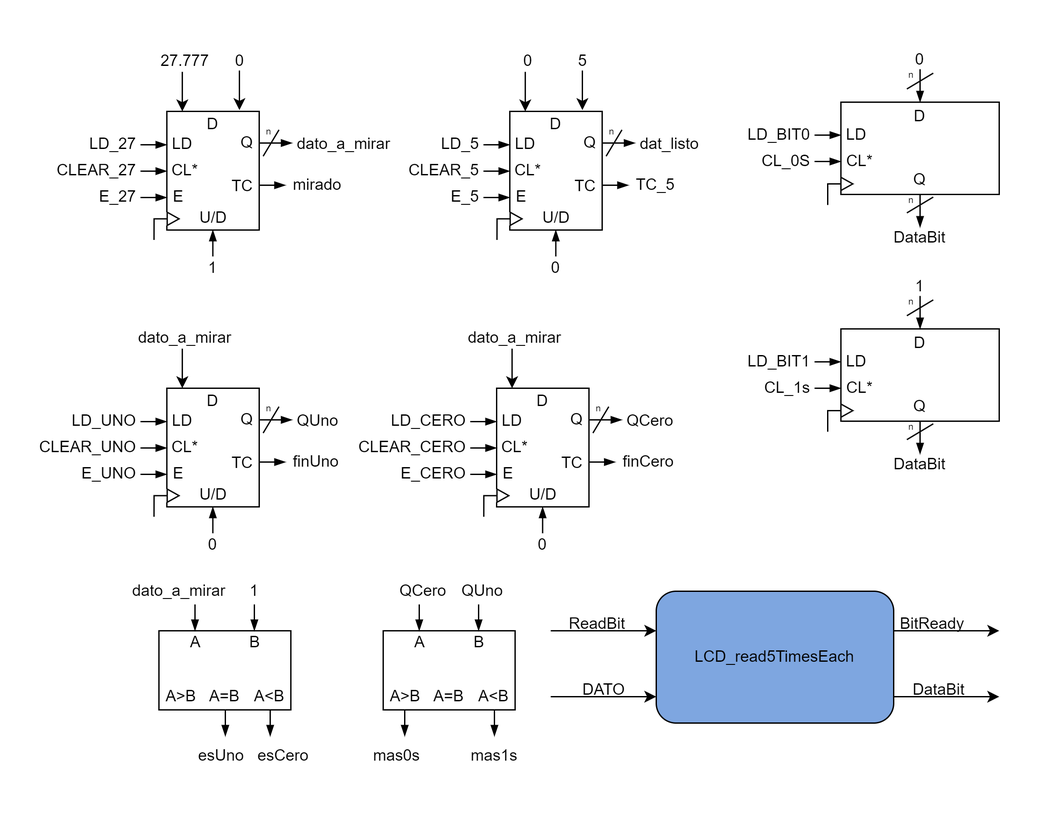
The draw.io diagram Proyecto/DISEÑO_LCD_READTIMES_EACH/LCD_read5TimesEach-UP.drawio.png in SikeMike/DCSD, before a commit. Source tidied: cells renumbered, new cells last; positions are measured from the earlier drawing's top-left corner, leaving out a move shared by most shapes.
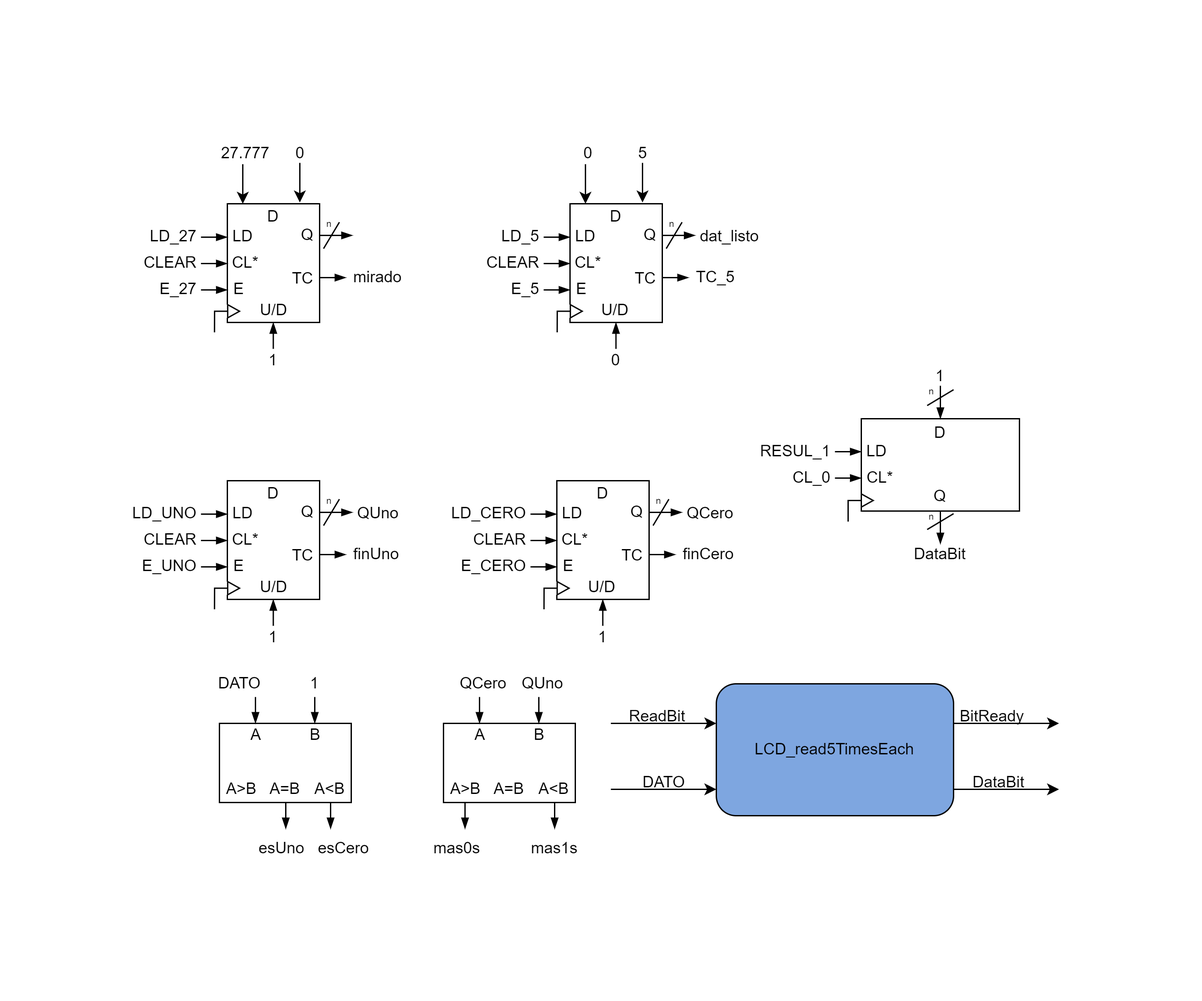
Above is the later version.

Diff of the diagram source:
```diff
@@ -68,7 +68,7 @@
     <mxCell id="18" value="E_27" style="text;html=1;strokeColor=none;fillColor=none;align=right;verticalAlign=middle;whiteSpace=wrap;rounded=0;" parent="2" vertex="1">
       <mxGeometry y="103" width="45" height="15" as="geometry" />
     </mxCell>
-    <mxCell id="19" value="CLEAR_27" style="text;html=1;strokeColor=none;fillColor=none;align=right;verticalAlign=middle;whiteSpace=wrap;rounded=0;" parent="2" vertex="1">
+    <mxCell id="19" value="CLEAR" style="text;html=1;strokeColor=none;fillColor=none;align=right;verticalAlign=middle;whiteSpace=wrap;rounded=0;" parent="2" vertex="1">
       <mxGeometry x="10" y="83" width="35" height="15" as="geometry" />
     </mxCell>
     <mxCell id="20" value="LD_27" style="text;html=1;strokeColor=none;fillColor=none;align=right;verticalAlign=middle;whiteSpace=wrap;rounded=0;" parent="2" vertex="1">
@@ -86,9 +86,6 @@
         <mxPoint x="66" y="111.3" as="targetPoint" />
       </mxGeometry>
     </mxCell>
-    <mxCell id="23" value="dato_a_mirar" style="text;html=1;strokeColor=none;fillColor=none;align=left;verticalAlign=middle;whiteSpace=wrap;rounded=0;" parent="2" vertex="1">
-      <mxGeometry x="163" y="63" width="35" height="15" as="geometry" />
-    </mxCell>
     <mxCell id="24" value="mirado" style="text;html=1;strokeColor=none;fillColor=none;align=left;verticalAlign=middle;whiteSpace=wrap;rounded=0;" parent="2" vertex="1">
       <mxGeometry x="160" y="94" width="35" height="15" as="geometry" />
     </mxCell>
@@ -191,7 +188,7 @@
     <mxCell id="48" value="E_5" style="text;html=1;strokeColor=none;fillColor=none;align=right;verticalAlign=middle;whiteSpace=wrap;rounded=0;" parent="32" vertex="1">
       <mxGeometry y="103" width="45" height="15" as="geometry" />
     </mxCell>
-    <mxCell id="49" value="CLEAR_5" style="text;html=1;strokeColor=none;fillColor=none;align=right;verticalAlign=middle;whiteSpace=wrap;rounded=0;" parent="32" vertex="1">
+    <mxCell id="49" value="CLEAR" style="text;html=1;strokeColor=none;fillColor=none;align=right;verticalAlign=middle;whiteSpace=wrap;rounded=0;" parent="32" vertex="1">
       <mxGeometry x="10" y="83" width="35" height="15" as="geometry" />
     </mxCell>
     <mxCell id="50" value="LD_5" style="text;html=1;strokeColor=none;fillColor=none;align=right;verticalAlign=middle;whiteSpace=wrap;rounded=0;" parent="32" vertex="1">
@@ -249,7 +246,7 @@
       <mxGeometry x="106" y="-7.5" width="30" height="30" as="geometry" />
     </mxCell>
     <mxCell id="62" style="group;" parent="1" vertex="1">
-      <mxGeometry x="530" y="8" width="167" height="148.8" as="geometry" />
+      <mxGeometry x="500" y="178" width="167" height="148.8" as="geometry" />
     </mxCell>
     <mxCell id="63" style="endArrow=blockThin;html=1;rounded=0;startArrow=none;startFill=0;endFill=1;entryX=0;entryY=0.357;entryDx=0;entryDy=0;entryPerimeter=0;" parent="62" edge="1" target="64">
       <mxGeometry relative="1" as="geometry">
@@ -317,7 +314,7 @@
     <mxCell id="78" value="n" style="text;html=1;strokeColor=none;fillColor=none;align=center;verticalAlign=middle;whiteSpace=wrap;rounded=0;fontSize=7;rotation=0;" parent="62" vertex="1">
       <mxGeometry x="98" y="16" width="5" height="6" as="geometry" />
     </mxCell>
-    <mxCell id="79" value="0" style="text;html=1;strokeColor=none;fillColor=none;align=center;verticalAlign=middle;whiteSpace=wrap;rounded=0;" parent="62" vertex="1">
+    <mxCell id="79" value="1" style="text;html=1;strokeColor=none;fillColor=none;align=center;verticalAlign=middle;whiteSpace=wrap;rounded=0;" parent="62" vertex="1">
       <mxGeometry x="89" width="36" height="13.8" as="geometry" />
     </mxCell>
     <mxCell id="80" style="endArrow=blockThin;html=1;rounded=0;startArrow=none;startFill=0;endFill=1;entryX=0;entryY=0.643;entryDx=0;entryDy=0;entryPerimeter=0;" parent="62" edge="1" target="64">
@@ -325,95 +322,12 @@
         <mxPoint x="27" y="84" as="sourcePoint" />
       </mxGeometry>
     </mxCell>
-    <mxCell id="81" value="LD_BIT0" style="text;html=1;strokeColor=none;fillColor=none;align=right;verticalAlign=middle;whiteSpace=wrap;rounded=0;" parent="62" vertex="1">
+    <mxCell id="81" value="RESUL_1" style="text;html=1;strokeColor=none;fillColor=none;align=right;verticalAlign=middle;whiteSpace=wrap;rounded=0;" parent="62" vertex="1">
       <mxGeometry y="57" width="26" height="13.8" as="geometry" />
     </mxCell>
-    <mxCell id="82" value="CL_0S" style="text;html=1;strokeColor=none;fillColor=none;align=right;verticalAlign=middle;whiteSpace=wrap;rounded=0;" parent="62" vertex="1">
+    <mxCell id="82" value="CL_0" style="text;html=1;strokeColor=none;fillColor=none;align=right;verticalAlign=middle;whiteSpace=wrap;rounded=0;" parent="62" vertex="1">
       <mxGeometry y="77" width="26" height="13.8" as="geometry" />
     </mxCell>
-    <mxCell id="83" style="group;" parent="1" vertex="1">
-      <mxGeometry x="530" y="180" width="167" height="148.8" as="geometry" />
-    </mxCell>
-    <mxCell id="84" style="endArrow=blockThin;html=1;rounded=0;startArrow=none;startFill=0;endFill=1;entryX=0;entryY=0.357;entryDx=0;entryDy=0;entryPerimeter=0;" parent="83" edge="1" target="85">
-      <mxGeometry relative="1" as="geometry">
-        <mxPoint x="27" y="64" as="sourcePoint" />
-      </mxGeometry>
-    </mxCell>
-    <mxCell id="85" style="rounded=0;whiteSpace=wrap;html=1;fontSize=7;fillColor=#FFFFFF;" parent="83" vertex="1">
-      <mxGeometry x="47" y="39" width="120" height="70" as="geometry" />
-    </mxCell>
-    <mxCell id="86" style="group;fontSize=7;fillColor=#FFFFFF;" parent="83" vertex="1">
-      <mxGeometry x="37" y="96" width="19" height="10" as="geometry" />
-    </mxCell>
-    <mxCell id="87" style="triangle;whiteSpace=wrap;html=1;fontSize=7;fillColor=#FFFFFF;" parent="86" vertex="1">
-      <mxGeometry x="10" width="9" height="10" as="geometry" />
-    </mxCell>
-    <mxCell id="88" style="edgeStyle=segmentEdgeStyle;endArrow=none;html=1;rounded=0;fontSize=7;targetPerimeterSpacing=0;endFill=0;" parent="86" edge="1">
-      <mxGeometry relative="1" as="geometry">
-        <mxPoint y="21" as="sourcePoint" />
-        <mxPoint x="10" y="5" as="targetPoint" />
-        <Array as="points">
-          <mxPoint y="5" />
-        </Array>
-      </mxGeometry>
-    </mxCell>
-    <mxCell id="89" value="D" style="text;html=1;strokeColor=none;fillColor=none;align=center;verticalAlign=middle;whiteSpace=wrap;rounded=0;" parent="83" vertex="1">
-      <mxGeometry x="101" y="41.3" width="12" height="17.5" as="geometry" />
-    </mxCell>
-    <mxCell id="90" value="Q" style="text;html=1;strokeColor=none;fillColor=none;align=center;verticalAlign=middle;whiteSpace=wrap;rounded=0;" parent="83" vertex="1">
-      <mxGeometry x="101" y="89.2" width="12" height="17.5" as="geometry" />
-    </mxCell>
-    <mxCell id="91" value="CL*" style="text;html=1;strokeColor=none;fillColor=none;align=center;verticalAlign=middle;whiteSpace=wrap;rounded=0;" parent="83" vertex="1">
-      <mxGeometry x="51" y="75" width="21" height="17.5" as="geometry" />
-    </mxCell>
-    <mxCell id="92" value="LD" style="text;html=1;strokeColor=none;fillColor=none;align=center;verticalAlign=middle;whiteSpace=wrap;rounded=0;" parent="83" vertex="1">
-      <mxGeometry x="51" y="55.5" width="16" height="17.5" as="geometry" />
-    </mxCell>
-    <mxCell id="93" style="endArrow=blockThin;html=1;rounded=0;startArrow=none;startFill=0;fontSize=7;targetPerimeterSpacing=0;endFill=1;exitX=0.5;exitY=1;exitDx=0;exitDy=0;" parent="83" edge="1" source="85">
-      <mxGeometry relative="1" as="geometry">
-        <mxPoint x="107" y="134" as="targetPoint" />
-      </mxGeometry>
-    </mxCell>
-    <mxCell id="94" style="endArrow=none;html=1;rounded=0;targetPerimeterSpacing=0;fontSize=7;" parent="83" edge="1">
-      <mxGeometry relative="1" as="geometry">
-        <mxPoint x="117" y="111" as="sourcePoint" />
-        <mxPoint x="97" y="123" as="targetPoint" />
-      </mxGeometry>
-    </mxCell>
-    <mxCell id="95" value="n" style="text;html=1;strokeColor=none;fillColor=none;align=center;verticalAlign=middle;whiteSpace=wrap;rounded=0;fontSize=7;rotation=0;" parent="83" vertex="1">
-      <mxGeometry x="98" y="111" width="5" height="6" as="geometry" />
-    </mxCell>
-    <mxCell id="96" value="DataBit" style="text;html=1;strokeColor=none;fillColor=none;align=center;verticalAlign=middle;whiteSpace=wrap;rounded=0;" parent="83" vertex="1">
-      <mxGeometry x="83" y="135" width="48" height="13.8" as="geometry" />
-    </mxCell>
-    <mxCell id="97" style="endArrow=blockThin;html=1;rounded=0;startArrow=none;startFill=0;fontSize=7;targetPerimeterSpacing=0;endFill=1;entryX=0.5;entryY=0;entryDx=0;entryDy=0;" parent="83" edge="1" target="85">
-      <mxGeometry relative="1" as="geometry">
-        <mxPoint x="107" y="14" as="sourcePoint" />
-      </mxGeometry>
-    </mxCell>
-    <mxCell id="98" style="endArrow=none;html=1;rounded=0;targetPerimeterSpacing=0;fontSize=7;" parent="83" edge="1">
-      <mxGeometry relative="1" as="geometry">
-        <mxPoint x="117" y="17" as="sourcePoint" />
-        <mxPoint x="97" y="29" as="targetPoint" />
-      </mxGeometry>
-    </mxCell>
-    <mxCell id="99" value="n" style="text;html=1;strokeColor=none;fillColor=none;align=center;verticalAlign=middle;whiteSpace=wrap;rounded=0;fontSize=7;rotation=0;" parent="83" vertex="1">
-      <mxGeometry x="98" y="16" width="5" height="6" as="geometry" />
-    </mxCell>
-    <mxCell id="100" value="1" style="text;html=1;strokeColor=none;fillColor=none;align=center;verticalAlign=middle;whiteSpace=wrap;rounded=0;" parent="83" vertex="1">
-      <mxGeometry x="89" width="36" height="13.8" as="geometry" />
-    </mxCell>
-    <mxCell id="101" style="endArrow=blockThin;html=1;rounded=0;startArrow=none;startFill=0;endFill=1;entryX=0;entryY=0.643;entryDx=0;entryDy=0;entryPerimeter=0;" parent="83" edge="1" target="85">
-      <mxGeometry relative="1" as="geometry">
-        <mxPoint x="27" y="84" as="sourcePoint" />
-      </mxGeometry>
-    </mxCell>
-    <mxCell id="102" value="LD_BIT1" style="text;html=1;strokeColor=none;fillColor=none;align=right;verticalAlign=middle;whiteSpace=wrap;rounded=0;" parent="83" vertex="1">
-      <mxGeometry y="57" width="26" height="13.8" as="geometry" />
-    </mxCell>
-    <mxCell id="103" value="CL_1s" style="text;html=1;strokeColor=none;fillColor=none;align=right;verticalAlign=middle;whiteSpace=wrap;rounded=0;" parent="83" vertex="1">
-      <mxGeometry y="77" width="26" height="13.8" as="geometry" />
-    </mxCell>
     <mxCell id="104" style="group;" parent="1" vertex="1">
       <mxGeometry y="218" width="198" height="172" as="geometry" />
     </mxCell>
@@ -474,13 +388,13 @@
         <mxPoint x="66" y="71.3" as="targetPoint" />
       </mxGeometry>
     </mxCell>
-    <mxCell id="119" value="0" style="text;html=1;strokeColor=none;fillColor=none;align=center;verticalAlign=middle;whiteSpace=wrap;rounded=0;" parent="104" vertex="1">
+    <mxCell id="119" value="1" style="text;html=1;strokeColor=none;fillColor=none;align=center;verticalAlign=middle;whiteSpace=wrap;rounded=0;" parent="104" vertex="1">
       <mxGeometry x="81" y="157" width="40" height="15" as="geometry" />
     </mxCell>
     <mxCell id="120" value="E_UNO" style="text;html=1;strokeColor=none;fillColor=none;align=right;verticalAlign=middle;whiteSpace=wrap;rounded=0;" parent="104" vertex="1">
       <mxGeometry y="103" width="45" height="15" as="geometry" />
     </mxCell>
-    <mxCell id="121" value="CLEAR_UNO" style="text;html=1;strokeColor=none;fillColor=none;align=right;verticalAlign=middle;whiteSpace=wrap;rounded=0;" parent="104" vertex="1">
+    <mxCell id="121" value="CLEAR" style="text;html=1;strokeColor=none;fillColor=none;align=right;verticalAlign=middle;whiteSpace=wrap;rounded=0;" parent="104" vertex="1">
       <mxGeometry x="10" y="83" width="35" height="15" as="geometry" />
     </mxCell>
     <mxCell id="122" value="LD_UNO" style="text;html=1;strokeColor=none;fillColor=none;align=right;verticalAlign=middle;whiteSpace=wrap;rounded=0;" parent="104" vertex="1">
@@ -519,15 +433,6 @@
     <mxCell id="129" value="n" style="text;html=1;strokeColor=none;fillColor=none;align=center;verticalAlign=middle;whiteSpace=wrap;rounded=0;fontSize=7;" parent="104" vertex="1">
       <mxGeometry x="141" y="59" width="5" height="6" as="geometry" />
     </mxCell>
-    <mxCell id="130" value="dato_a_mirar" style="text;html=1;strokeColor=none;fillColor=none;align=center;verticalAlign=middle;whiteSpace=wrap;rounded=0;" parent="104" vertex="1">
-      <mxGeometry x="60" width="40" height="15" as="geometry" />
-    </mxCell>
-    <mxCell id="131" style="endArrow=classic;html=1;rounded=0;" parent="104" edge="1">
-      <mxGeometry relative="1" as="geometry">
-        <mxPoint x="77.7" y="16" as="sourcePoint" />
-        <mxPoint x="77.7" y="46" as="targetPoint" />
-      </mxGeometry>
-    </mxCell>
     <mxCell id="132" style="group;" parent="1" vertex="1">
       <mxGeometry x="250" y="218" width="198" height="172" as="geometry" />
     </mxCell>
@@ -588,13 +493,13 @@
         <mxPoint x="66" y="71.3" as="targetPoint" />
       </mxGeometry>
     </mxCell>
-    <mxCell id="147" value="0" style="text;html=1;strokeColor=none;fillColor=none;align=center;verticalAlign=middle;whiteSpace=wrap;rounded=0;" parent="132" vertex="1">
+    <mxCell id="147" value="1" style="text;html=1;strokeColor=none;fillColor=none;align=center;verticalAlign=middle;whiteSpace=wrap;rounded=0;" parent="132" vertex="1">
       <mxGeometry x="81" y="157" width="40" height="15" as="geometry" />
     </mxCell>
     <mxCell id="148" value="E_CERO" style="text;html=1;strokeColor=none;fillColor=none;align=right;verticalAlign=middle;whiteSpace=wrap;rounded=0;" parent="132" vertex="1">
       <mxGeometry y="103" width="45" height="15" as="geometry" />
     </mxCell>
-    <mxCell id="149" value="CLEAR_CERO" style="text;html=1;strokeColor=none;fillColor=none;align=right;verticalAlign=middle;whiteSpace=wrap;rounded=0;" parent="132" vertex="1">
+    <mxCell id="149" value="CLEAR" style="text;html=1;strokeColor=none;fillColor=none;align=right;verticalAlign=middle;whiteSpace=wrap;rounded=0;" parent="132" vertex="1">
       <mxGeometry x="10" y="83" width="35" height="15" as="geometry" />
     </mxCell>
     <mxCell id="150" value="LD_CERO" style="text;html=1;strokeColor=none;fillColor=none;align=right;verticalAlign=middle;whiteSpace=wrap;rounded=0;" parent="132" vertex="1">
@@ -633,15 +538,6 @@
     <mxCell id="157" value="n" style="text;html=1;strokeColor=none;fillColor=none;align=center;verticalAlign=middle;whiteSpace=wrap;rounded=0;fontSize=7;" parent="132" vertex="1">
       <mxGeometry x="141" y="59" width="5" height="6" as="geometry" />
     </mxCell>
-    <mxCell id="158" value="dato_a_mirar" style="text;html=1;strokeColor=none;fillColor=none;align=center;verticalAlign=middle;whiteSpace=wrap;rounded=0;" parent="132" vertex="1">
-      <mxGeometry x="60" width="40" height="15" as="geometry" />
-    </mxCell>
-    <mxCell id="159" style="endArrow=classic;html=1;rounded=0;" parent="132" edge="1">
-      <mxGeometry relative="1" as="geometry">
-        <mxPoint x="77.7" y="16" as="sourcePoint" />
-        <mxPoint x="77.7" y="46" as="targetPoint" />
-      </mxGeometry>
-    </mxCell>
     <mxCell id="160" style="group;fillColor=#FFFFFF;" parent="1" vertex="1">
       <mxGeometry x="60" y="428" width="100" height="100" as="geometry" />
     </mxCell>
@@ -687,8 +583,8 @@
         <mxPoint x="84.3" y="80" as="targetPoint" />
       </mxGeometry>
     </mxCell>
-    <mxCell id="171" value="dato_a_mirar" style="text;html=1;align=center;verticalAlign=middle;strokeColor=none;fillColor=none;" parent="1" vertex="1">
-      <mxGeometry x="30" y="403" width="90" height="30" as="geometry" />
+    <mxCell id="171" value="DATO" style="text;html=1;align=center;verticalAlign=middle;strokeColor=none;fillColor=none;" parent="1" vertex="1">
+      <mxGeometry x="45" y="403" width="60" height="30" as="geometry" />
     </mxCell>
     <mxCell id="172" value="1" style="text;html=1;align=center;verticalAlign=middle;strokeColor=none;fillColor=none;" parent="1" vertex="1">
       <mxGeometry x="117" y="403" width="30" height="30" as="geometry" />
```
